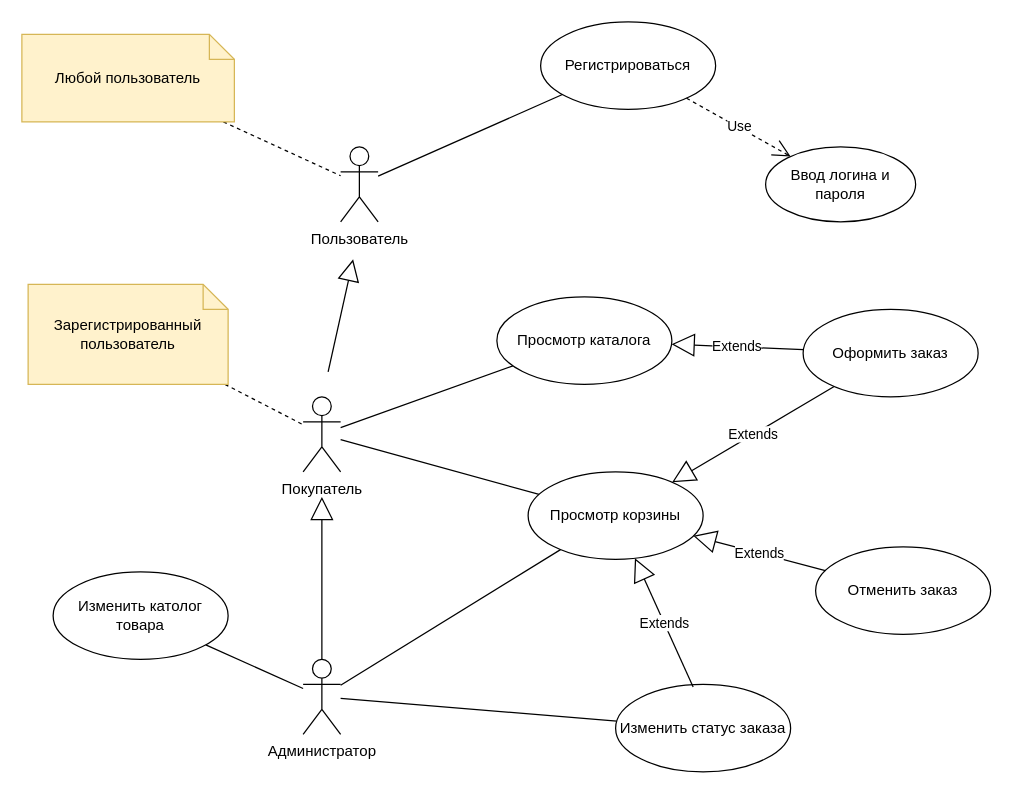
Earlier version of the draw.io diagram Use case.drawio (amburskui/prt). Source tidied: cells renumbered, new cells numbered last; positions are measured from the earlier drawing's top-left corner, leaving out a move shared by most shapes. Both pictures are drawn from the tidied source at 125%, with x=0, y=0 at pixel (21, 21).
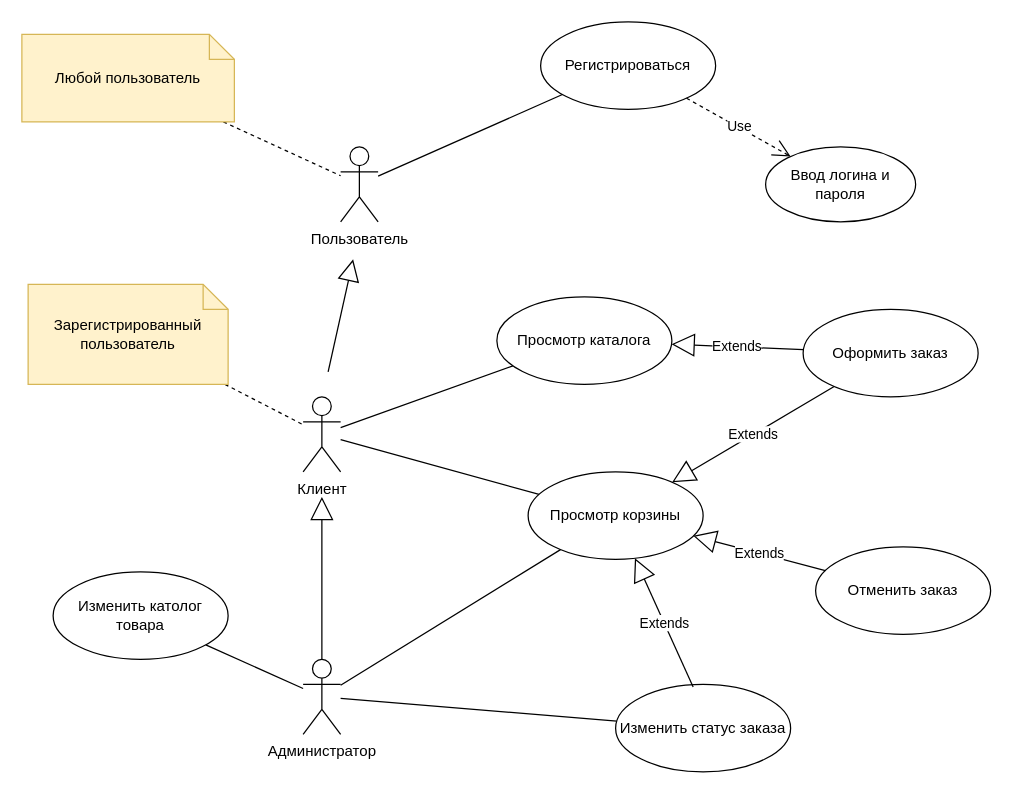
After the change.

Change to the diagram source:
```diff
@@
-    <mxCell id="5" value="Покупатель" style="shape=umlActor;verticalLabelPosition=bottom;verticalAlign=top;html=1;" parent="1" vertex="1">
+    <mxCell id="5" value="Клиент" style="shape=umlActor;verticalLabelPosition=bottom;verticalAlign=top;html=1;" parent="1" vertex="1">
       <mxGeometry x="225" y="300" width="30" height="60" as="geometry" />
     </mxCell>
```
